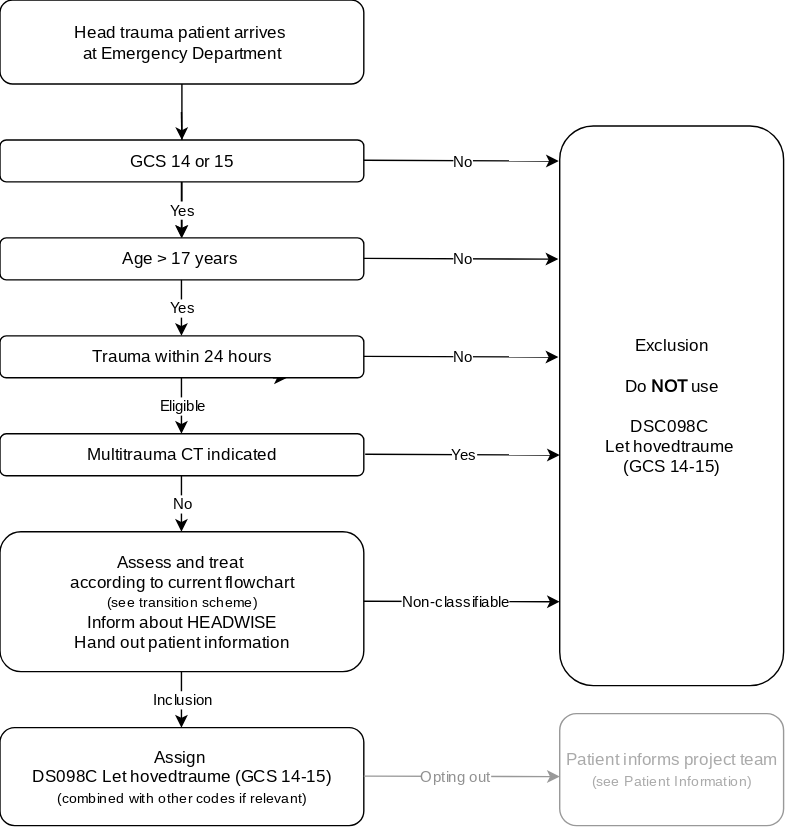
This is docs/images/workflow.svg from julbayHEADWISE/julbayHEADWISE.github.io, a draw.io export, as it was before one commit. Source tidied: cells renumbered, new cells last; positions are measured from the earlier drawing's top-left corner, leaving out a move shared by most shapes.
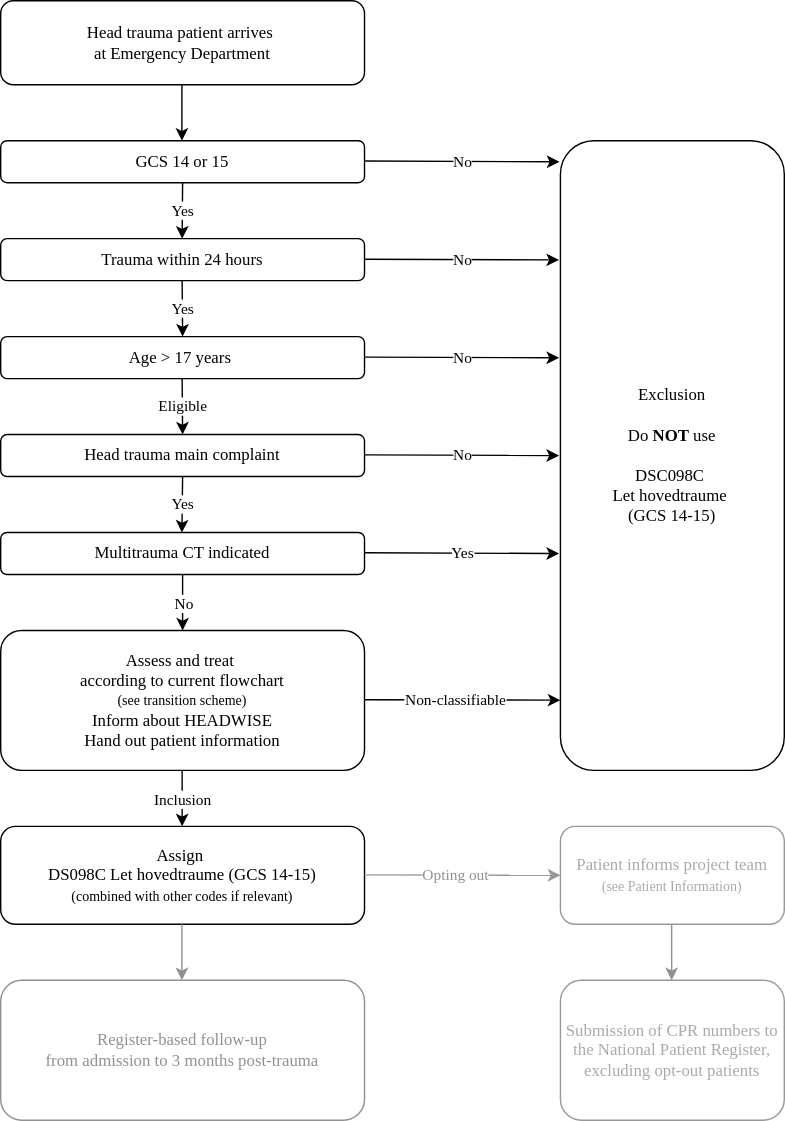
Later version of the same file.

Change to the diagram source:
```diff
@@ -2,9 +2,6 @@
   <root>
     <mxCell id="0" />
     <mxCell id="1" parent="0" />
-    <mxCell id="2" style="edgeStyle=orthogonalEdgeStyle;rounded=0;jettySize=auto;html=1;fontFamily=Montserrat;fontSource=https%3A%2F%2Ffonts.googleapis.com%2Fcss%3Ffamily%3DMontserrat;" parent="1" edge="1" source="3" target="5">
-      <mxGeometry relative="1" as="geometry" />
-    </mxCell>
     <mxCell id="3" value="Head trauma patient arrives&amp;nbsp;&lt;div&gt;at Emergency Department&lt;/div&gt;" style="rounded=1;whiteSpace=wrap;html=1;fontFamily=Montserrat;fontSource=https%3A%2F%2Ffonts.googleapis.com%2Fcss%3Ffamily%3DMontserrat;" parent="1" vertex="1">
       <mxGeometry width="260" height="60" as="geometry" />
     </mxCell>
@@ -12,15 +9,10 @@
       <mxGeometry y="100" width="260" height="30" as="geometry" />
     </mxCell>
     <mxCell id="5" value="&lt;font&gt;Age &amp;gt; 17 year&lt;/font&gt;s&amp;nbsp;" style="rounded=1;whiteSpace=wrap;html=1;fontFamily=Montserrat;fontSource=https%3A%2F%2Ffonts.googleapis.com%2Fcss%3Ffamily%3DMontserrat;" parent="1" vertex="1">
-      <mxGeometry y="170" width="260" height="30" as="geometry" />
+      <mxGeometry y="240" width="260" height="30" as="geometry" />
     </mxCell>
-    <mxCell id="6" style="edgeStyle=orthogonalEdgeStyle;rounded=0;jettySize=auto;html=1;exitX=0.75;exitY=1;exitDx=0;exitDy=0;fontFamily=Montserrat;fontSource=https%3A%2F%2Ffonts.googleapis.com%2Fcss%3Ffamily%3DMontserrat;" parent="1" edge="1" source="7">
-      <mxGeometry relative="1" as="geometry">
-        <mxPoint x="205" y="270" as="targetPoint" />
-      </mxGeometry>
-    </mxCell>
     <mxCell id="7" value="&lt;font&gt;Trauma within 24 hours&lt;/font&gt;" style="rounded=1;whiteSpace=wrap;html=1;fontFamily=Montserrat;fontSource=https%3A%2F%2Ffonts.googleapis.com%2Fcss%3Ffamily%3DMontserrat;" parent="1" vertex="1">
-      <mxGeometry y="240" width="260" height="30" as="geometry" />
+      <mxGeometry y="170" width="260" height="30" as="geometry" />
     </mxCell>
     <mxCell id="8" style="endArrow=classic;html=1;rounded=0;entryX=-0.006;entryY=0.132;entryDx=0;entryDy=0;entryPerimeter=0;fontFamily=Montserrat;fontSource=https%3A%2F%2Ffonts.googleapis.com%2Fcss%3Ffamily%3DMontserrat;" parent="1" edge="1">
       <mxGeometry relative="1" as="geometry">
@@ -31,64 +23,54 @@
     <mxCell id="9" value="&lt;font&gt;No&lt;/font&gt;" style="edgeLabel;html=1;align=center;verticalAlign=middle;fontFamily=Montserrat;fontSource=https%3A%2F%2Ffonts.googleapis.com%2Fcss%3Ffamily%3DMontserrat;" parent="8" vertex="1">
       <mxGeometry relative="1" as="geometry" />
     </mxCell>
-    <mxCell id="10" style="endArrow=classic;html=1;rounded=0;fontFamily=Montserrat;fontSource=https%3A%2F%2Ffonts.googleapis.com%2Fcss%3Ffamily%3DMontserrat;" parent="1" edge="1">
+    <mxCell id="10" style="endArrow=classic;html=1;rounded=0;fontFamily=Montserrat;fontSource=https%3A%2F%2Ffonts.googleapis.com%2Fcss%3Ffamily%3DMontserrat;exitX=0.5;exitY=1;exitDx=0;exitDy=0;" parent="1" edge="1" source="4">
       <mxGeometry relative="1" as="geometry">
-        <mxPoint x="129.7" y="130" as="sourcePoint" />
         <mxPoint x="129.7" y="170" as="targetPoint" />
       </mxGeometry>
     </mxCell>
     <mxCell id="11" value="&lt;font&gt;Yes&lt;/font&gt;" style="edgeLabel;html=1;align=center;verticalAlign=middle;fontFamily=Montserrat;fontSource=https%3A%2F%2Ffonts.googleapis.com%2Fcss%3Ffamily%3DMontserrat;" parent="10" vertex="1">
       <mxGeometry relative="1" as="geometry" />
     </mxCell>
-    <mxCell id="12" style="endArrow=classic;html=1;rounded=0;fontFamily=Montserrat;fontSource=https%3A%2F%2Ffonts.googleapis.com%2Fcss%3Ffamily%3DMontserrat;" parent="1" edge="1">
+    <mxCell id="12" style="endArrow=classic;html=1;rounded=0;fontFamily=Montserrat;fontSource=https%3A%2F%2Ffonts.googleapis.com%2Fcss%3Ffamily%3DMontserrat;entryX=0.5;entryY=0;entryDx=0;entryDy=0;" parent="1" edge="1" target="5">
       <mxGeometry relative="1" as="geometry">
         <mxPoint x="129.7" y="200" as="sourcePoint" />
-        <mxPoint x="129.7" y="240" as="targetPoint" />
       </mxGeometry>
     </mxCell>
     <mxCell id="13" value="&lt;font&gt;Yes&lt;/font&gt;" style="edgeLabel;html=1;align=center;verticalAlign=middle;fontFamily=Montserrat;fontSource=https%3A%2F%2Ffonts.googleapis.com%2Fcss%3Ffamily%3DMontserrat;" parent="12" vertex="1">
       <mxGeometry relative="1" as="geometry" />
     </mxCell>
-    <mxCell id="14" style="endArrow=classic;html=1;rounded=0;fontFamily=Montserrat;fontSource=https%3A%2F%2Ffonts.googleapis.com%2Fcss%3Ffamily%3DMontserrat;" parent="1" edge="1">
+    <mxCell id="14" style="endArrow=classic;html=1;rounded=0;fontFamily=Montserrat;fontSource=https%3A%2F%2Ffonts.googleapis.com%2Fcss%3Ffamily%3DMontserrat;entryX=0.5;entryY=0;entryDx=0;entryDy=0;" parent="1" edge="1" target="36">
       <mxGeometry relative="1" as="geometry">
         <mxPoint x="129.7" y="270" as="sourcePoint" />
-        <mxPoint x="129.7" y="310" as="targetPoint" />
       </mxGeometry>
     </mxCell>
     <mxCell id="15" value="&lt;font&gt;Eligible&lt;/font&gt;" style="edgeLabel;html=1;align=center;verticalAlign=middle;fontFamily=Montserrat;fontSource=https%3A%2F%2Ffonts.googleapis.com%2Fcss%3Ffamily%3DMontserrat;" parent="14" vertex="1">
       <mxGeometry relative="1" as="geometry" />
     </mxCell>
-    <mxCell id="16" style="endArrow=classic;html=1;rounded=0;fontFamily=Montserrat;fontSource=https%3A%2F%2Ffonts.googleapis.com%2Fcss%3Ffamily%3DMontserrat;" parent="1" edge="1">
-      <mxGeometry relative="1" as="geometry">
-        <mxPoint x="129.7" y="80" as="sourcePoint" />
-        <mxPoint x="130" y="100" as="targetPoint" />
-      </mxGeometry>
-    </mxCell>
     <mxCell id="17" value="&lt;font&gt;Multitrauma CT indicated&lt;/font&gt;" style="rounded=1;whiteSpace=wrap;html=1;fontFamily=Montserrat;fontSource=https%3A%2F%2Ffonts.googleapis.com%2Fcss%3Ffamily%3DMontserrat;" parent="1" vertex="1">
-      <mxGeometry y="310" width="260" height="30" as="geometry" />
+      <mxGeometry y="380" width="260" height="30" as="geometry" />
     </mxCell>
-    <mxCell id="18" style="endArrow=classic;html=1;rounded=0;fontFamily=Montserrat;fontSource=https%3A%2F%2Ffonts.googleapis.com%2Fcss%3Ffamily%3DMontserrat;" parent="1" edge="1">
+    <mxCell id="18" style="endArrow=classic;html=1;rounded=0;fontFamily=Montserrat;fontSource=https%3A%2F%2Ffonts.googleapis.com%2Fcss%3Ffamily%3DMontserrat;exitX=0.5;exitY=1;exitDx=0;exitDy=0;" parent="1" edge="1" source="36">
       <mxGeometry relative="1" as="geometry">
-        <mxPoint x="129.7" y="340" as="sourcePoint" />
-        <mxPoint x="129.7" y="380" as="targetPoint" />
+        <mxPoint x="129.5" y="380" as="targetPoint" />
       </mxGeometry>
     </mxCell>
-    <mxCell id="19" value="&lt;font&gt;No&lt;/font&gt;" style="edgeLabel;html=1;align=center;verticalAlign=middle;fontFamily=Montserrat;fontSource=https%3A%2F%2Ffonts.googleapis.com%2Fcss%3Ffamily%3DMontserrat;" parent="18" vertex="1">
+    <mxCell id="19" value="&lt;font&gt;Yes&lt;/font&gt;" style="edgeLabel;html=1;align=center;verticalAlign=middle;fontFamily=Montserrat;fontSource=https%3A%2F%2Ffonts.googleapis.com%2Fcss%3Ffamily%3DMontserrat;" parent="18" vertex="1">
       <mxGeometry relative="1" as="geometry" />
     </mxCell>
     <mxCell id="20" value="&lt;font&gt;Exclusion&lt;/font&gt;&lt;div&gt;&lt;font&gt;&lt;br&gt;&lt;/font&gt;&lt;div&gt;&lt;font&gt;Do &lt;b&gt;NOT&lt;/b&gt; use&lt;/font&gt;&lt;/div&gt;&lt;div&gt;&lt;font&gt;&amp;nbsp;&lt;/font&gt;&lt;/div&gt;&lt;div&gt;&lt;font&gt;DSC098C&amp;nbsp;&lt;/font&gt;&lt;/div&gt;&lt;div&gt;&lt;font&gt;Let hovedtraume&amp;nbsp;&lt;/font&gt;&lt;/div&gt;&lt;div&gt;&lt;font&gt;(GCS 14-15)&lt;/font&gt;&lt;/div&gt;&lt;/div&gt;" style="rounded=1;whiteSpace=wrap;html=1;fontFamily=Montserrat;fontSource=https%3A%2F%2Ffonts.googleapis.com%2Fcss%3Ffamily%3DMontserrat;" parent="1" vertex="1">
-      <mxGeometry x="400" y="90" width="160" height="400" as="geometry" />
+      <mxGeometry x="400" y="100" width="160" height="450" as="geometry" />
     </mxCell>
     <mxCell id="21" value="&lt;font&gt;Assess and treat&amp;nbsp;&lt;/font&gt;&lt;div&gt;&lt;font&gt;according to current flowchart&lt;/font&gt;&lt;div&gt;&lt;font style=&quot;font-size: 10px;&quot;&gt;(see transition scheme)&lt;/font&gt;&lt;/div&gt;&lt;/div&gt;&lt;div&gt;&lt;font&gt;Inform about HEADWISE&lt;/font&gt;&lt;/div&gt;&lt;div&gt;&lt;span style=&quot;&quot;&gt;Hand out patient information&lt;/span&gt;&lt;/div&gt;" style="rounded=1;whiteSpace=wrap;html=1;fontFamily=Montserrat;fontSource=https%3A%2F%2Ffonts.googleapis.com%2Fcss%3Ffamily%3DMontserrat;" parent="1" vertex="1">
-      <mxGeometry y="380" width="260" height="100" as="geometry" />
+      <mxGeometry y="450" width="260" height="100" as="geometry" />
     </mxCell>
     <mxCell id="22" value="&lt;font&gt;Assign&amp;nbsp;&lt;/font&gt;&lt;div&gt;&lt;font&gt;DS098C Let hovedtraume&amp;nbsp;&lt;/font&gt;&lt;span style=&quot;&quot;&gt;(GCS 14-15)&lt;/span&gt;&lt;/div&gt;&lt;div&gt;&lt;font style=&quot;font-size: 10px;&quot;&gt;(combined with other codes if relevant)&lt;/font&gt;&lt;/div&gt;" style="rounded=1;whiteSpace=wrap;html=1;fontFamily=Montserrat;fontSource=https%3A%2F%2Ffonts.googleapis.com%2Fcss%3Ffamily%3DMontserrat;" parent="1" vertex="1">
-      <mxGeometry y="520" width="260" height="70" as="geometry" />
+      <mxGeometry y="590" width="260" height="70" as="geometry" />
     </mxCell>
     <mxCell id="23" style="endArrow=classic;html=1;rounded=0;fontFamily=Montserrat;fontSource=https%3A%2F%2Ffonts.googleapis.com%2Fcss%3Ffamily%3DMontserrat;" parent="1" edge="1">
       <mxGeometry relative="1" as="geometry">
-        <mxPoint x="260" y="429.7" as="sourcePoint" />
-        <mxPoint x="400" y="430" as="targetPoint" />
+        <mxPoint x="260" y="499.5" as="sourcePoint" />
+        <mxPoint x="400" y="499.8" as="targetPoint" />
       </mxGeometry>
     </mxCell>
     <mxCell id="24" value="&lt;font&gt;Non-classifiable&lt;/font&gt;" style="edgeLabel;html=1;align=center;verticalAlign=middle;fontFamily=Montserrat;fontSource=https%3A%2F%2Ffonts.googleapis.com%2Fcss%3Ffamily%3DMontserrat;" parent="23" vertex="1">
@@ -116,8 +98,8 @@
     </mxCell>
     <mxCell id="29" style="endArrow=classic;html=1;rounded=0;fontFamily=Montserrat;fontSource=https%3A%2F%2Ffonts.googleapis.com%2Fcss%3Ffamily%3DMontserrat;" parent="1" edge="1">
       <mxGeometry relative="1" as="geometry">
-        <mxPoint x="129.7" y="480" as="sourcePoint" />
-        <mxPoint x="129.7" y="520" as="targetPoint" />
+        <mxPoint x="129.7" y="550" as="sourcePoint" />
+        <mxPoint x="129.7" y="590" as="targetPoint" />
       </mxGeometry>
     </mxCell>
     <mxCell id="30" value="&lt;font&gt;Inclusion&lt;/font&gt;" style="edgeLabel;html=1;align=center;verticalAlign=middle;fontFamily=Montserrat;fontSource=https%3A%2F%2Ffonts.googleapis.com%2Fcss%3Ffamily%3DMontserrat;" parent="29" vertex="1">
@@ -125,20 +107,20 @@
     </mxCell>
     <mxCell id="31" style="endArrow=classic;html=1;rounded=0;entryX=-0.006;entryY=0.132;entryDx=0;entryDy=0;entryPerimeter=0;fontFamily=Montserrat;fontSource=https%3A%2F%2Ffonts.googleapis.com%2Fcss%3Ffamily%3DMontserrat;" parent="1" edge="1">
       <mxGeometry relative="1" as="geometry">
-        <mxPoint x="261" y="324.7" as="sourcePoint" />
-        <mxPoint x="400" y="325.2" as="targetPoint" />
+        <mxPoint x="260" y="394.5" as="sourcePoint" />
+        <mxPoint x="399" y="395" as="targetPoint" />
       </mxGeometry>
     </mxCell>
     <mxCell id="32" value="&lt;font&gt;Yes&lt;/font&gt;" style="edgeLabel;html=1;align=center;verticalAlign=middle;fontFamily=Montserrat;fontSource=https%3A%2F%2Ffonts.googleapis.com%2Fcss%3Ffamily%3DMontserrat;" parent="31" vertex="1">
       <mxGeometry relative="1" as="geometry" />
     </mxCell>
     <mxCell id="33" value="&lt;font style=&quot;color: light-dark(rgb(170, 170, 170), rgb(237, 237, 237));&quot;&gt;Patient informs project&amp;nbsp;&lt;/font&gt;&lt;font color=&quot;#aaaaaa&quot;&gt;&lt;span style=&quot;caret-color: rgb(170, 170, 170);&quot;&gt;team&lt;/span&gt;&lt;/font&gt;&lt;div&gt;&lt;font color=&quot;#aaaaaa&quot; style=&quot;font-size: 10px;&quot;&gt;&lt;span style=&quot;caret-color: rgb(170, 170, 170);&quot;&gt;(see Patient Information)&lt;/span&gt;&lt;/font&gt;&lt;/div&gt;" style="rounded=1;whiteSpace=wrap;html=1;fontColor=light-dark(#919191,#EDEDED);labelBorderColor=none;strokeColor=#999999;fontFamily=Montserrat;fontSource=https%3A%2F%2Ffonts.googleapis.com%2Fcss%3Ffamily%3DMontserrat;" parent="1" vertex="1">
-      <mxGeometry x="400" y="510" width="160" height="80" as="geometry" />
+      <mxGeometry x="400" y="590" width="160" height="70" as="geometry" />
     </mxCell>
     <mxCell id="34" style="endArrow=classic;html=1;rounded=0;fontColor=light-dark(#919191, #ededed);strokeColor=#999999;fontFamily=Montserrat;fontSource=https%3A%2F%2Ffonts.googleapis.com%2Fcss%3Ffamily%3DMontserrat;" parent="1" edge="1">
       <mxGeometry relative="1" as="geometry">
-        <mxPoint x="260" y="554.7" as="sourcePoint" />
-        <mxPoint x="400" y="555" as="targetPoint" />
+        <mxPoint x="260" y="624.7" as="sourcePoint" />
+        <mxPoint x="400" y="625" as="targetPoint" />
       </mxGeometry>
     </mxCell>
     <mxCell id="35" value="&lt;font&gt;Opting out&lt;/font&gt;" style="edgeLabel;html=1;align=center;verticalAlign=middle;fontColor=light-dark(#919191, #ededed);fontFamily=Montserrat;fontSource=https%3A%2F%2Ffonts.googleapis.com%2Fcss%3Ffamily%3DMontserrat;" parent="34" vertex="1">
@@ -146,5 +128,49 @@
         <mxPoint x="-5" as="offset" />
       </mxGeometry>
     </mxCell>
+    <mxCell id="36" value="Head trauma main complaint" style="rounded=1;whiteSpace=wrap;html=1;fontFamily=Montserrat;fontSource=https%3A%2F%2Ffonts.googleapis.com%2Fcss%3Ffamily%3DMontserrat;" parent="1" vertex="1">
+      <mxGeometry y="310" width="260" height="30" as="geometry" />
+    </mxCell>
+    <mxCell id="37" style="endArrow=classic;html=1;rounded=0;fontFamily=Montserrat;fontSource=https%3A%2F%2Ffonts.googleapis.com%2Fcss%3Ffamily%3DMontserrat;exitX=0.5;exitY=1;exitDx=0;exitDy=0;" parent="1" edge="1" source="17">
+      <mxGeometry relative="1" as="geometry">
+        <mxPoint x="130" y="450" as="targetPoint" />
+      </mxGeometry>
+    </mxCell>
+    <mxCell id="38" value="No" style="edgeLabel;html=1;align=center;verticalAlign=middle;fontFamily=Montserrat;fontSource=https%3A%2F%2Ffonts.googleapis.com%2Fcss%3Ffamily%3DMontserrat;" parent="37" vertex="1">
+      <mxGeometry relative="1" as="geometry" />
+    </mxCell>
+    <mxCell id="39" style="endArrow=classic;html=1;rounded=0;" parent="1" edge="1">
+      <mxGeometry relative="1" as="geometry">
+        <mxPoint x="129.5" y="60" as="sourcePoint" />
+        <mxPoint x="129.5" y="100" as="targetPoint" />
+      </mxGeometry>
+    </mxCell>
+    <mxCell id="40" value="Register-based follow-up&lt;div&gt;from admission to 3 months post-trauma&lt;/div&gt;" style="rounded=1;whiteSpace=wrap;html=1;fontFamily=Montserrat;fontSource=https%3A%2F%2Ffonts.googleapis.com%2Fcss%3Ffamily%3DMontserrat;strokeColor=light-dark(#919191, #ededed);fontColor=light-dark(#919191, #ededed);" parent="1" vertex="1">
+      <mxGeometry y="700" width="260" height="100" as="geometry" />
+    </mxCell>
+    <mxCell id="41" value="&lt;div&gt;&lt;font&gt;&lt;span style=&quot;caret-color: rgb(170, 170, 170);&quot;&gt;&lt;font color=&quot;#aaaaaa&quot;&gt;Submission of CPR numbers to the National Patient Register, excluding opt-out patients&lt;/font&gt;&lt;/span&gt;&lt;/font&gt;&lt;/div&gt;" style="rounded=1;whiteSpace=wrap;html=1;fontColor=light-dark(#919191,#EDEDED);labelBorderColor=none;strokeColor=#999999;fontFamily=Montserrat;fontSource=https%3A%2F%2Ffonts.googleapis.com%2Fcss%3Ffamily%3DMontserrat;" parent="1" vertex="1">
+      <mxGeometry x="400" y="700" width="160" height="100" as="geometry" />
+    </mxCell>
+    <mxCell id="42" style="endArrow=classic;html=1;rounded=0;strokeColor=light-dark(#919191, #ededed);" parent="1" edge="1">
+      <mxGeometry relative="1" as="geometry">
+        <mxPoint x="129.5" y="660" as="sourcePoint" />
+        <mxPoint x="129.5" y="700" as="targetPoint" />
+      </mxGeometry>
+    </mxCell>
+    <mxCell id="43" style="endArrow=classic;html=1;rounded=0;entryX=-0.006;entryY=0.132;entryDx=0;entryDy=0;entryPerimeter=0;fontFamily=Montserrat;fontSource=https%3A%2F%2Ffonts.googleapis.com%2Fcss%3Ffamily%3DMontserrat;" parent="1" edge="1">
+      <mxGeometry relative="1" as="geometry">
+        <mxPoint x="260" y="324.5" as="sourcePoint" />
+        <mxPoint x="399" y="325" as="targetPoint" />
+      </mxGeometry>
+    </mxCell>
+    <mxCell id="44" value="&lt;font&gt;No&lt;/font&gt;" style="edgeLabel;html=1;align=center;verticalAlign=middle;fontFamily=Montserrat;fontSource=https%3A%2F%2Ffonts.googleapis.com%2Fcss%3Ffamily%3DMontserrat;" parent="43" vertex="1">
+      <mxGeometry relative="1" as="geometry" />
+    </mxCell>
+    <mxCell id="45" style="endArrow=classic;html=1;rounded=0;strokeColor=light-dark(#919191, #ededed);" parent="1" edge="1">
+      <mxGeometry relative="1" as="geometry">
+        <mxPoint x="479.5" y="660" as="sourcePoint" />
+        <mxPoint x="479.5" y="700" as="targetPoint" />
+      </mxGeometry>
+    </mxCell>
   </root>
 </mxGraphModel>
```
